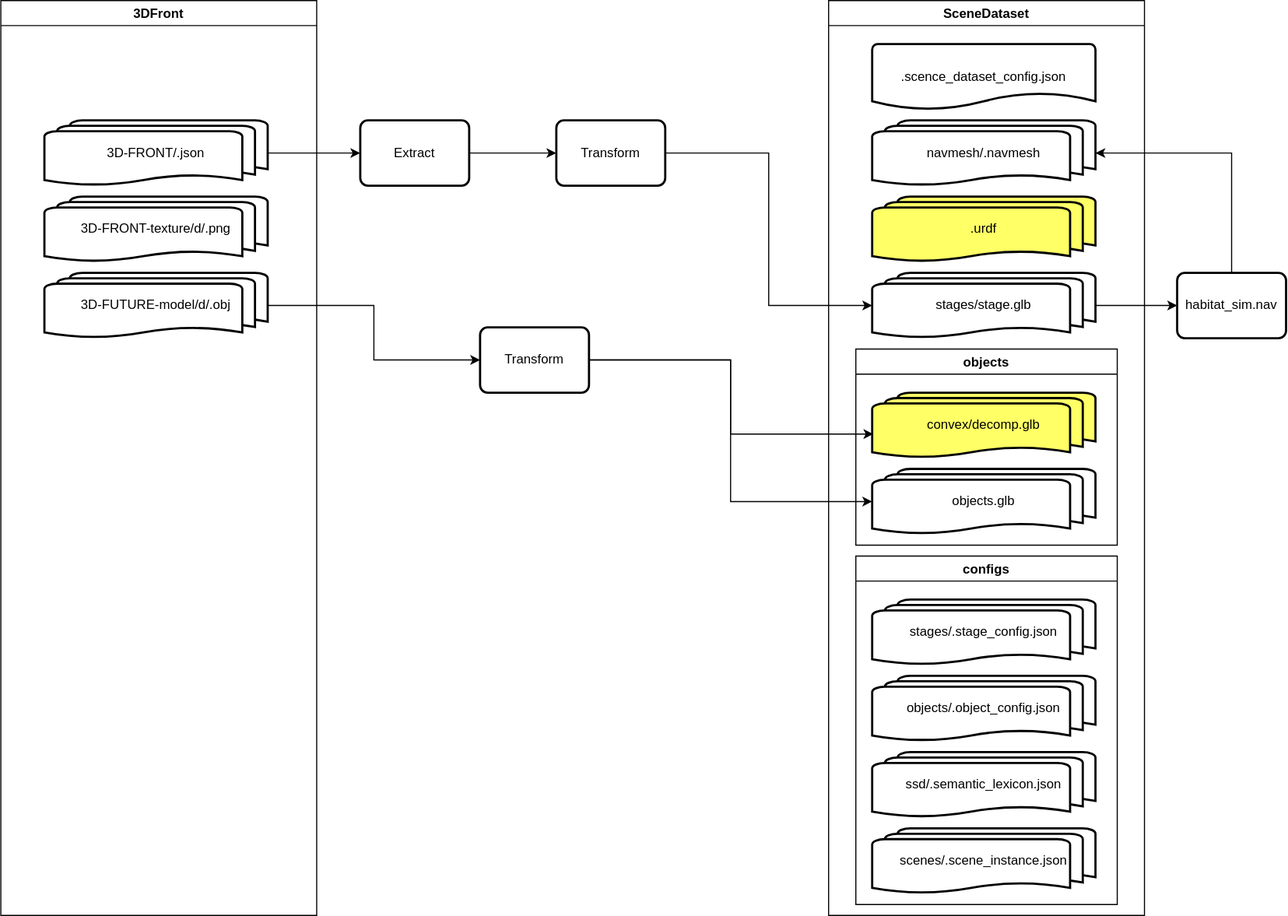
Above: 3DFront.drawio.svg in ZacksAmber/habitat-pipeline (draw.io), before the change. Source tidied: cells renumbered, new cells last; positions are measured from the earlier drawing's top-left corner, leaving out a move shared by most shapes.
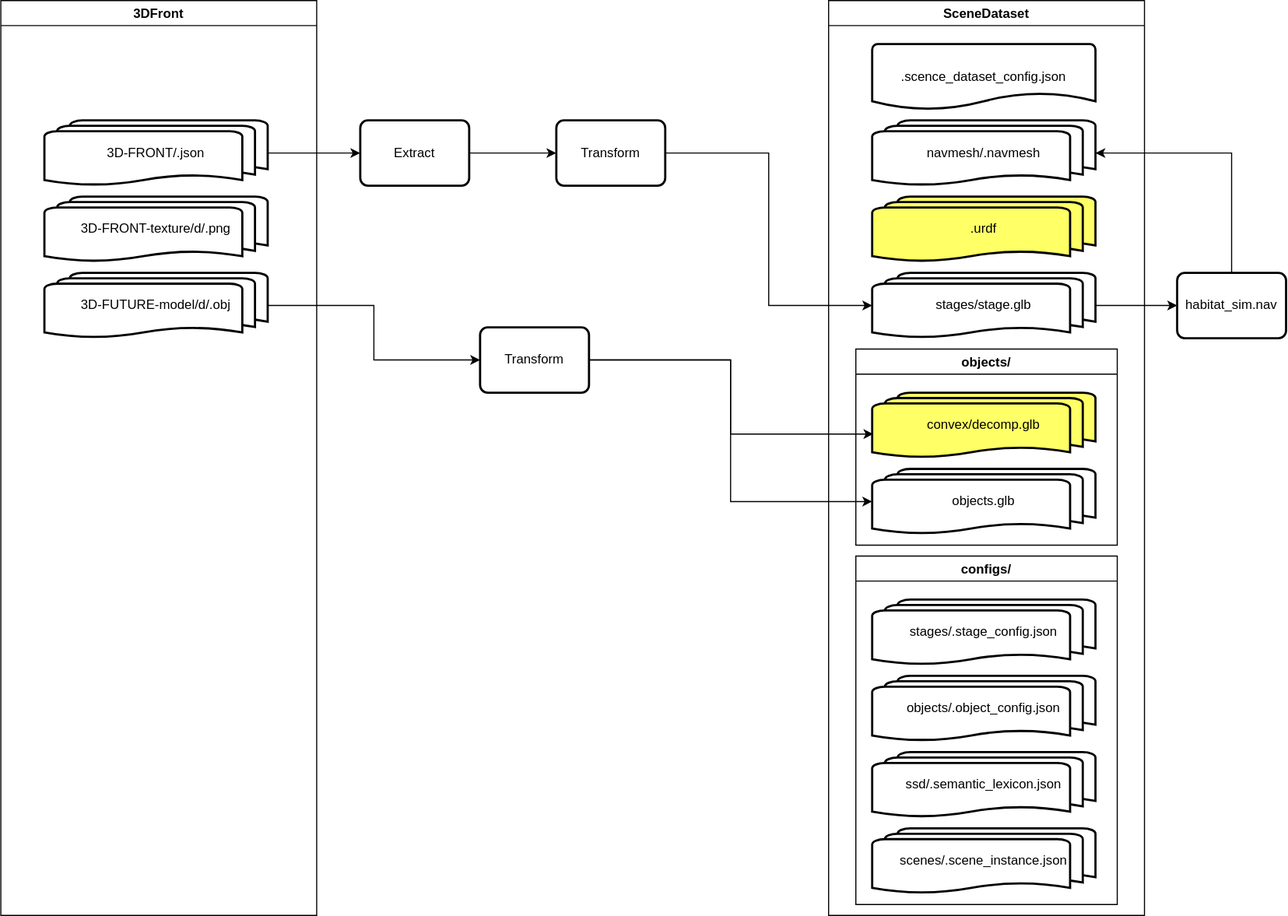
The same diagram one commit later.

Change to the diagram source:
```diff
@@ -8,7 +8,7 @@
     <mxCell id="3" value=".scence_dataset_config.json" style="strokeWidth=2;html=1;shape=mxgraph.flowchart.document2;whiteSpace=wrap;size=0.25;" parent="2" vertex="1">
       <mxGeometry x="40" y="40" width="205" height="60" as="geometry" />
     </mxCell>
-    <mxCell id="4" value="configs" style="swimlane;fillStyle=zigzag-line;" parent="2" vertex="1">
+    <mxCell id="4" value="configs/" style="swimlane;fillStyle=zigzag-line;" parent="2" vertex="1">
       <mxGeometry x="25" y="510" width="240" height="320" as="geometry" />
     </mxCell>
     <mxCell id="5" value="stages/.stage_config.json" style="strokeWidth=2;html=1;shape=mxgraph.flowchart.multi-document;whiteSpace=wrap;" parent="4" vertex="1">
@@ -23,7 +23,7 @@
     <mxCell id="8" value="ssd/.semantic_lexicon.json" style="strokeWidth=2;html=1;shape=mxgraph.flowchart.multi-document;whiteSpace=wrap;" parent="4" vertex="1">
       <mxGeometry x="15" y="180" width="205" height="60" as="geometry" />
     </mxCell>
-    <mxCell id="9" value="objects" style="swimlane;fillStyle=zigzag-line;" parent="2" vertex="1">
+    <mxCell id="9" value="objects/" style="swimlane;fillStyle=zigzag-line;" parent="2" vertex="1">
       <mxGeometry x="25" y="320" width="240" height="180" as="geometry" />
     </mxCell>
     <mxCell id="10" value="objects.glb" style="strokeWidth=2;html=1;shape=mxgraph.flowchart.multi-document;whiteSpace=wrap;" parent="9" vertex="1">
```
